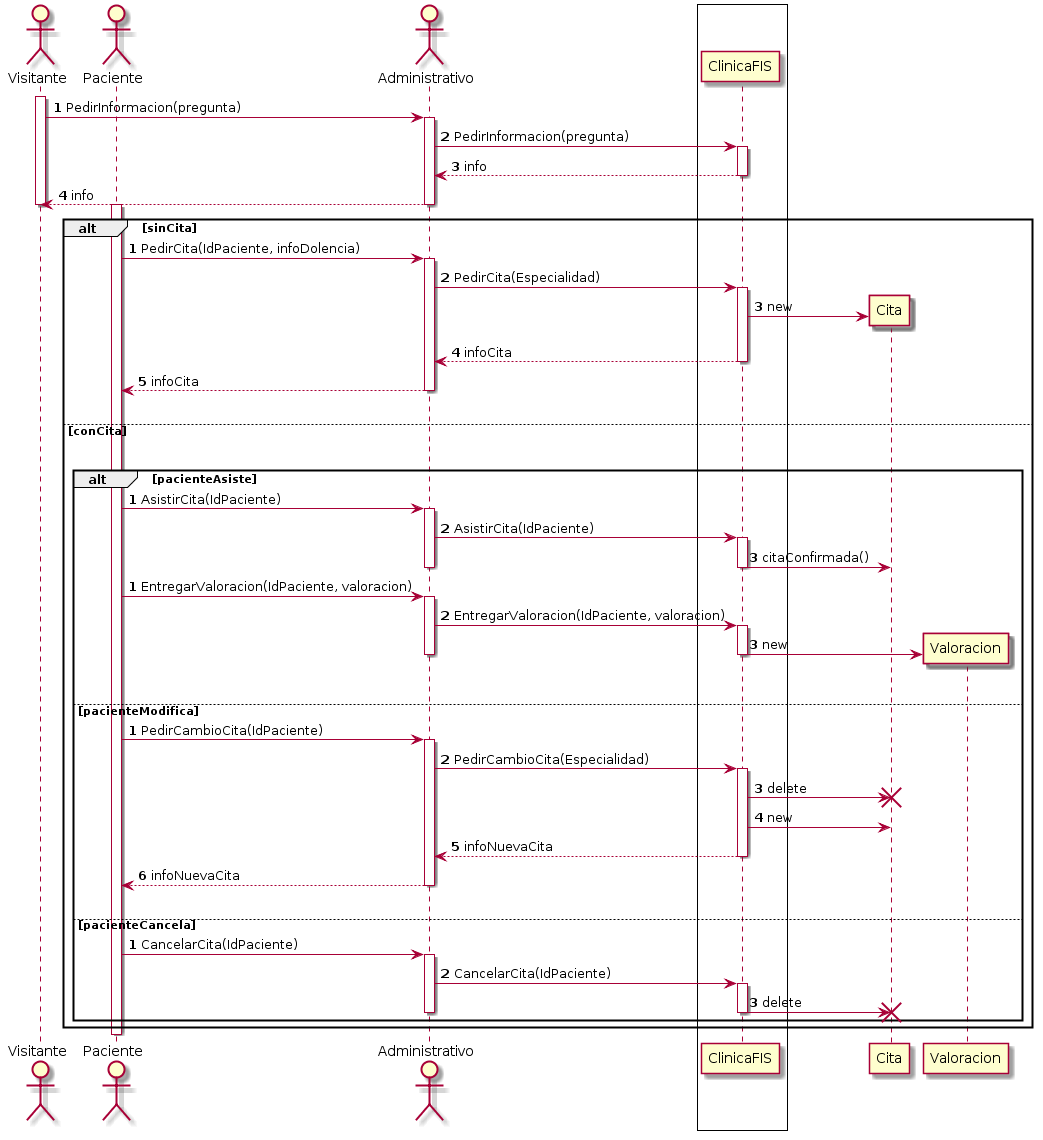
Earlier version of the PlantUML export p3/diagramas/diagramaMostrador.png (jmml97/fis-practicas). The source it was exported from:
```plantuml
@startuml
skinparam SequenceBoxBackgroundColor white
skinparam SequenceBoxBorderColor black

actor Visitante as V
actor Paciente as P
actor Administrativo as A

box
 participant ClinicaFIS
end box

autonumber 1
activate V
V-> A: PedirInformacion(pregunta)
activate A
A->ClinicaFIS: PedirInformacion(pregunta)
activate ClinicaFIS
ClinicaFIS-->A: info
deactivate ClinicaFIS
A--> V: info
deactivate A
autonumber stop
deactivate V



alt #transparent sinCita
 autonumber 1
 activate P
 P-> A: PedirCita(IdPaciente, infoDolencia)
 activate A
 A-> ClinicaFIS: PedirCita(Especialidad)
 Activate ClinicaFIS
 create Cita
 ClinicaFIS -> Cita: new
 ClinicaFIS-->A: infoCita
 deactivate ClinicaFIS
 A-->P: infoCita
 deactivate A
 autonumber stop


 |||

else conCita
 |||
 alt #transparent pacienteAsiste

 autonumber 1
 P->A: AsistirCita(IdPaciente)
 activate A
 A->ClinicaFIS: AsistirCita(IdPaciente)
 activate ClinicaFIS
 ClinicaFIS -> Cita: citaConfirmada()
 deactivate ClinicaFIS
 deactivate A
 autonumber stop

autonumber 1
 P->A: EntregarValoracion(IdPaciente, valoracion)
 activate A
 A->ClinicaFIS: EntregarValoracion(IdPaciente, valoracion)
 activate ClinicaFIS
 create Valoracion
 ClinicaFIS -> Valoracion : new
 deactivate ClinicaFIS
 deactivate A
 autonumber stop

 |||
 else pacienteModifica

 autonumber 1
  P->A: PedirCambioCita(IdPaciente)
  activate A
  A->ClinicaFIS: PedirCambioCita(Especialidad)
  activate ClinicaFIS
  ClinicaFIS -> Cita: delete
  destroy Cita
  ClinicaFIS -> Cita: new
  ClinicaFIS-->A: infoNuevaCita
  deactivate ClinicaFIS
  A-->P: infoNuevaCita
  deactivate A
 autonumber stop
 |||

 else pacienteCancela
  autonumber 1
  P->A: CancelarCita(IdPaciente)
  activate A
  A->ClinicaFIS: CancelarCita(IdPaciente)
  activate ClinicaFIS
  ClinicaFIS -> Cita : delete
  destroy Cita
  deactivate ClinicaFIS
  deactivate A
 end

end

deactivate P
@enduml
```
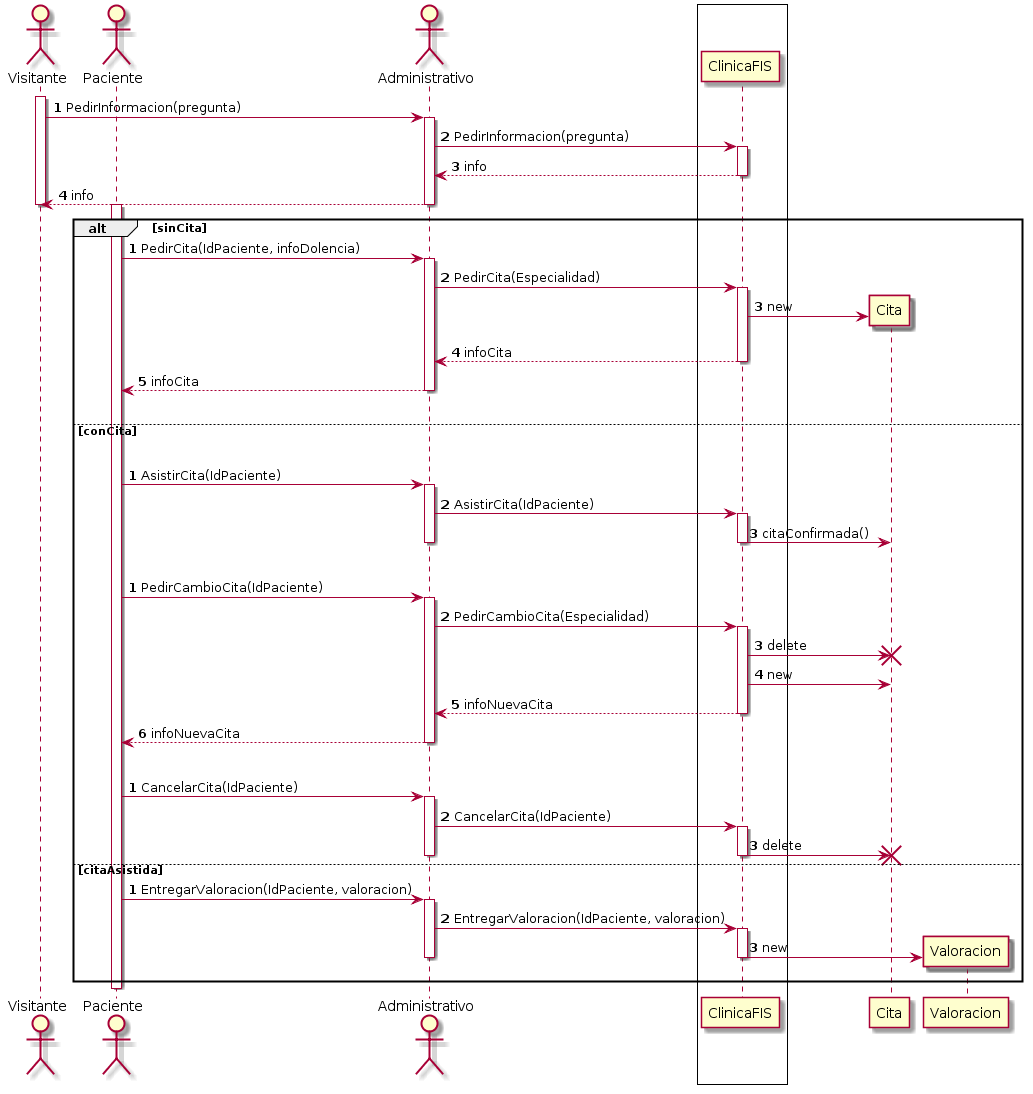
Later version of the same file.

Change to the diagram source:
```diff
@@ -45,7 +45,6 @@
 
 else conCita
  |||
- alt #transparent pacienteAsiste
 
  autonumber 1
  P->A: AsistirCita(IdPaciente)
@@ -57,19 +56,9 @@
  deactivate A
  autonumber stop
 
-autonumber 1
- P->A: EntregarValoracion(IdPaciente, valoracion)
- activate A
- A->ClinicaFIS: EntregarValoracion(IdPaciente, valoracion)
- activate ClinicaFIS
- create Valoracion
- ClinicaFIS -> Valoracion : new
- deactivate ClinicaFIS
- deactivate A
- autonumber stop
+
 
  |||
- else pacienteModifica
 
  autonumber 1
   P->A: PedirCambioCita(IdPaciente)
@@ -86,7 +75,6 @@
  autonumber stop
  |||
 
- else pacienteCancela
   autonumber 1
   P->A: CancelarCita(IdPaciente)
   activate A
@@ -96,8 +84,18 @@
   destroy Cita
   deactivate ClinicaFIS
   deactivate A
- end
 
+else citaAsistida
+ autonumber 1
+ P->A: EntregarValoracion(IdPaciente, valoracion)
+ activate A
+ A->ClinicaFIS: EntregarValoracion(IdPaciente, valoracion)
+ activate ClinicaFIS
+ create Valoracion
+ ClinicaFIS -> Valoracion : new
+ deactivate ClinicaFIS
+ deactivate A
+ autonumber stop
 end
 
 deactivate P
```
